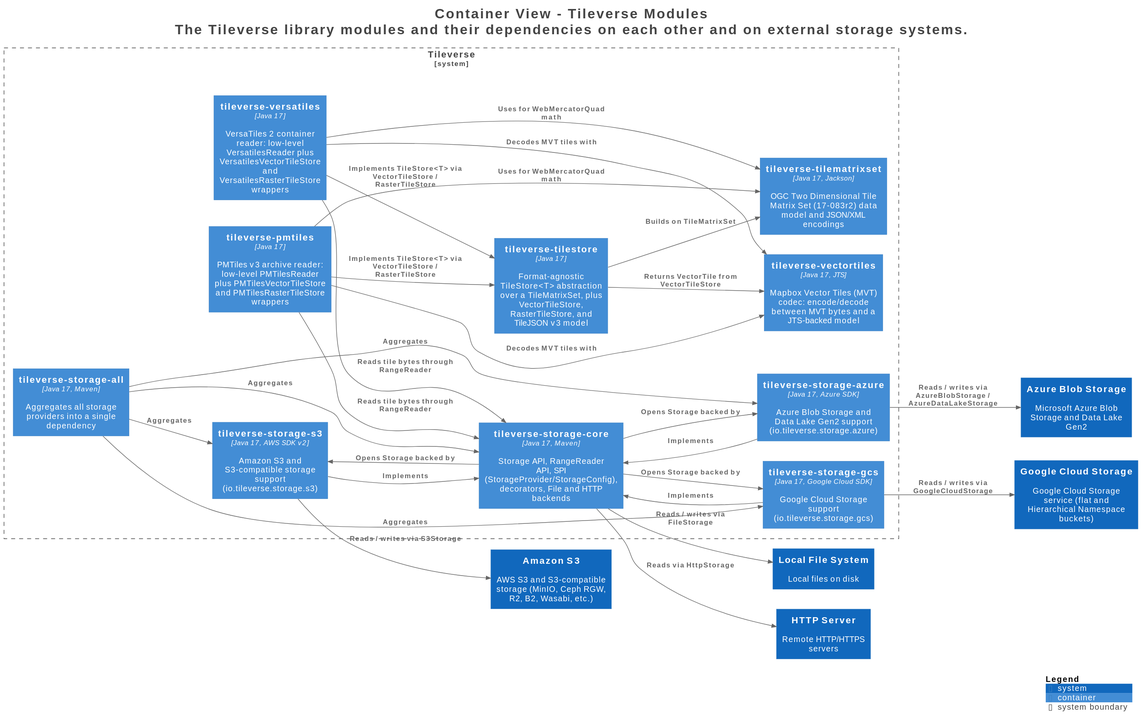
Above: assets/images/storage/structurizr-Containers.svg in tileverse-io/tileverse (PlantUML), before the change.
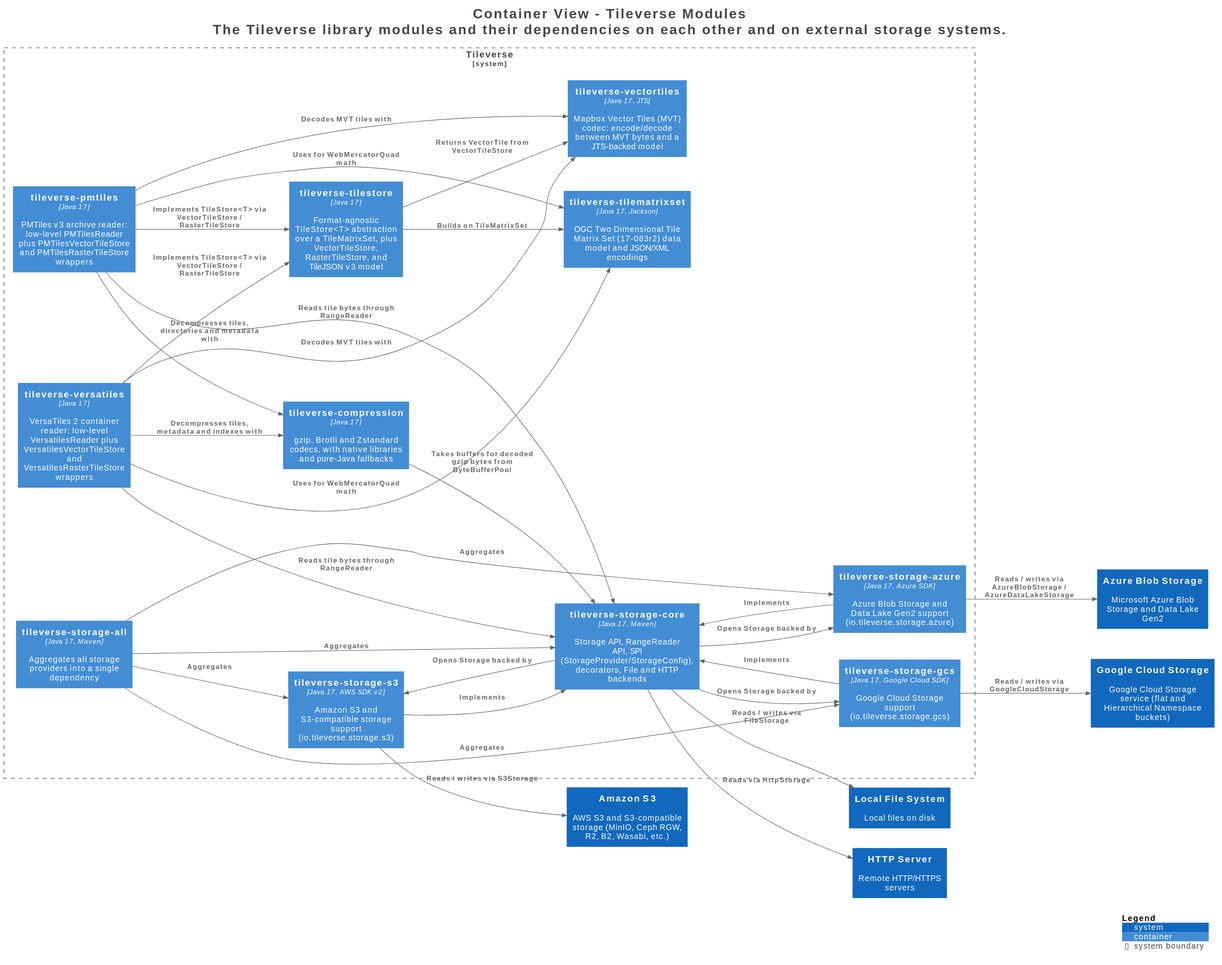
Above is the later version.

Diff of the diagram source:
```diff
@@ -28,12 +28,15 @@
   Container(Tileverse.tileversestorageall, "tileverse-storage-all", $techn="Java 17, Maven", $descr="Aggregates all storage providers into a single dependency", $tags="", $link="")
   Container(Tileverse.tileversevectortiles, "tileverse-vectortiles", $techn="Java 17, JTS", $descr="Mapbox Vector Tiles (MVT) codec: encode/decode between MVT bytes and a JTS-backed model", $tags="", $link="")
   Container(Tileverse.tileversetilematrixset, "tileverse-tilematrixset", $techn="Java 17, Jackson", $descr="OGC Two Dimensional Tile Matrix Set (17-083r2) data model and JSON/XML encodings", $tags="", $link="")
+  Container(Tileverse.tileversecompression, "tileverse-compression", $techn="Java 17", $descr="gzip, Brotli and Zstandard codecs, with native libraries and pure-Java fallbacks", $tags="", $link="")
   Container(Tileverse.tileversetilestore, "tileverse-tilestore", $techn="Java 17", $descr="Format-agnostic TileStore<T> abstraction over a TileMatrixSet, plus VectorTileStore, RasterTileStore, and TileJSON v3 model", $tags="", $link="")
   Container(Tileverse.tileversepmtiles, "tileverse-pmtiles", $techn="Java 17", $descr="PMTiles v3 archive reader: low-level PMTilesReader plus PMTilesVectorTileStore and PMTilesRasterTileStore wrappers", $tags="", $link="")
   Container(Tileverse.tileverseversatiles, "tileverse-versatiles", $techn="Java 17", $descr="VersaTiles 2 container reader: low-level VersatilesReader plus VersatilesVectorTileStore and VersatilesRasterTileStore wrappers", $tags="", $link="")
   Container(Tileverse.tileversestoragecore, "tileverse-storage-core", $techn="Java 17, Maven", $descr="Storage API, RangeReader API, SPI (StorageProvider/StorageConfig), decorators, File and HTTP backends", $tags="", $link="")
 }
 
+Rel(Tileverse.tileversestoragecore, Tileverse.tileversestorages3, "Opens Storage backed by", $techn="", $tags="", $link="")
+Rel(Tileverse.tileversestoragecore, Tileverse.tileversestorageazure, "Opens Storage backed by", $techn="", $tags="", $link="")
 Rel(Tileverse.tileversestoragecore, Tileverse.tileversestoragegcs, "Opens Storage backed by", $techn="", $tags="", $link="")
 Rel(Tileverse.tileversestorages3, Tileverse.tileversestoragecore, "Implements", $techn="", $tags="", $link="")
 Rel(Tileverse.tileversestorageazure, Tileverse.tileversestoragecore, "Implements", $techn="", $tags="", $link="")
@@ -51,14 +54,15 @@
 Rel(Tileverse.tileversepmtiles, Tileverse.tileversetilematrixset, "Uses for WebMercatorQuad math", $techn="", $tags="", $link="")
 Rel(Tileverse.tileversepmtiles, Tileverse.tileversevectortiles, "Decodes MVT tiles with", $techn="", $tags="", $link="")
 Rel(Tileverse.tileversepmtiles, Tileverse.tileversetilestore, "Implements TileStore<T> via VectorTileStore / RasterTileStore", $techn="", $tags="", $link="")
+Rel(Tileverse.tileversepmtiles, Tileverse.tileversecompression, "Decompresses tiles, directories and metadata with", $techn="", $tags="", $link="")
 Rel(Tileverse.tileverseversatiles, Tileverse.tileversestoragecore, "Reads tile bytes through RangeReader", $techn="", $tags="", $link="")
 Rel(Tileverse.tileverseversatiles, Tileverse.tileversetilematrixset, "Uses for WebMercatorQuad math", $techn="", $tags="", $link="")
 Rel(Tileverse.tileverseversatiles, Tileverse.tileversevectortiles, "Decodes MVT tiles with", $techn="", $tags="", $link="")
 Rel(Tileverse.tileverseversatiles, Tileverse.tileversetilestore, "Implements TileStore<T> via VectorTileStore / RasterTileStore", $techn="", $tags="", $link="")
+Rel(Tileverse.tileverseversatiles, Tileverse.tileversecompression, "Decompresses tiles, metadata and indexes with", $techn="", $tags="", $link="")
+Rel(Tileverse.tileversecompression, Tileverse.tileversestoragecore, "Takes buffers for decoded gzip bytes from ByteBufferPool", $techn="", $tags="", $link="")
 Rel(Tileverse.tileversetilestore, Tileverse.tileversetilematrixset, "Builds on TileMatrixSet", $techn="", $tags="", $link="")
 Rel(Tileverse.tileversetilestore, Tileverse.tileversevectortiles, "Returns VectorTile from VectorTileStore", $techn="", $tags="", $link="")
-Rel(Tileverse.tileversestoragecore, Tileverse.tileversestorages3, "Opens Storage backed by", $techn="", $tags="", $link="")
-Rel(Tileverse.tileversestoragecore, Tileverse.tileversestorageazure, "Opens Storage backed by", $techn="", $tags="", $link="")
 
 SHOW_LEGEND(true)
 hide stereotypes
```
